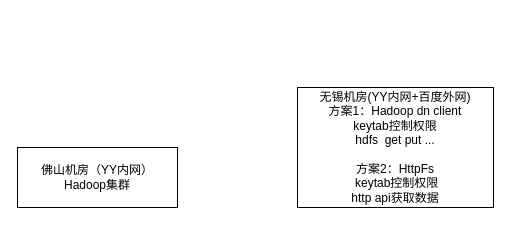
Above: tmp/Untitled Diagram.drawio in liangrui1988/diagrams (draw.io), before the change. Source tidied: cells renumbered, new cells numbered last; positions are measured from the earlier drawing's top-left corner, leaving out a move shared by most shapes. Both pictures are drawn from the tidied source at 100%, with x=0, y=0 at pixel (17, 87).
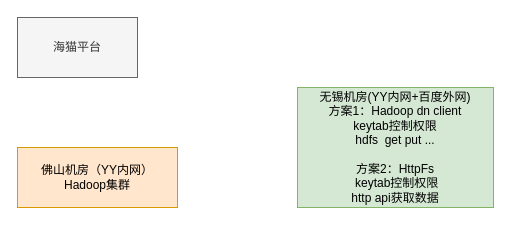
Above is the later version.

The edit, as a diff of the source:
```diff
@@
 <mxGraphModel>
   <root>
     <mxCell id="0" />
     <mxCell id="1" parent="0" />
-    <mxCell id="2" value="佛山机房（YY内网）&lt;br&gt;Hadoop集群" style="rounded=0;whiteSpace=wrap;html=1;" parent="1" vertex="1">
+    <mxCell id="2" value="佛山机房（YY内网）&lt;br&gt;Hadoop集群" style="rounded=0;whiteSpace=wrap;html=1;fillColor=#ffe6cc;strokeColor=#d79b00;" parent="1" vertex="1">
       <mxGeometry y="60" width="160" height="60" as="geometry" />
     </mxCell>
-    <mxCell id="3" value="无锡机房(YY内网+百度外网)&lt;br&gt;方案1：Hadoop dn client&lt;br&gt;keytab控制权限&lt;br&gt;hdfs&amp;nbsp; get put ...&lt;br&gt;&lt;br&gt;方案2：HttpFs&lt;br&gt;&amp;nbsp;keytab控制权限&lt;br&gt;http api获取数据" style="rounded=0;whiteSpace=wrap;html=1;" parent="1" vertex="1">
+    <mxCell id="3" value="无锡机房(YY内网+百度外网)&lt;br&gt;方案1：Hadoop dn client&lt;br&gt;keytab控制权限&lt;br&gt;hdfs&amp;nbsp; get put ...&lt;br&gt;&lt;br&gt;方案2：HttpFs&lt;br&gt;&amp;nbsp;keytab控制权限&lt;br&gt;http api获取数据" style="rounded=0;whiteSpace=wrap;html=1;fillColor=#d5e8d4;strokeColor=#82b366;" parent="1" vertex="1">
       <mxGeometry x="280" width="196" height="120" as="geometry" />
     </mxCell>
+    <mxCell id="4" value="海猫平台" style="rounded=0;whiteSpace=wrap;html=1;fillColor=#f5f5f5;strokeColor=#666666;fontColor=#333333;" parent="1" vertex="1">
+      <mxGeometry y="-70" width="120" height="60" as="geometry" />
+    </mxCell>
   </root>
 </mxGraphModel>
```
